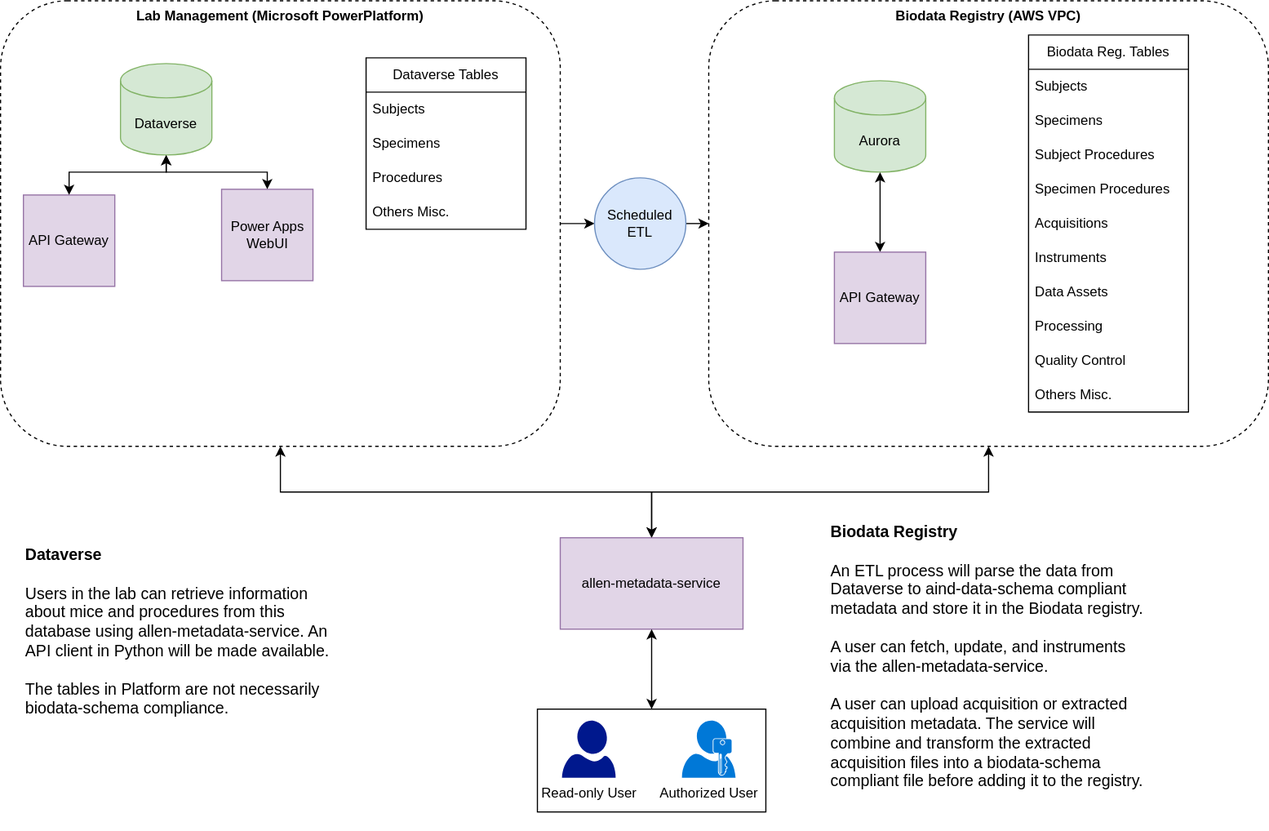
This is diagrams/mid_level/lab_management/LabManagementSystem.drawio.svg from AllenNeuralDynamics/aind-software-docs, a draw.io export, as it was before one commit. Source tidied: cells renumbered, new cells last; positions are measured from the earlier drawing's top-left corner, leaving out a move shared by most shapes.
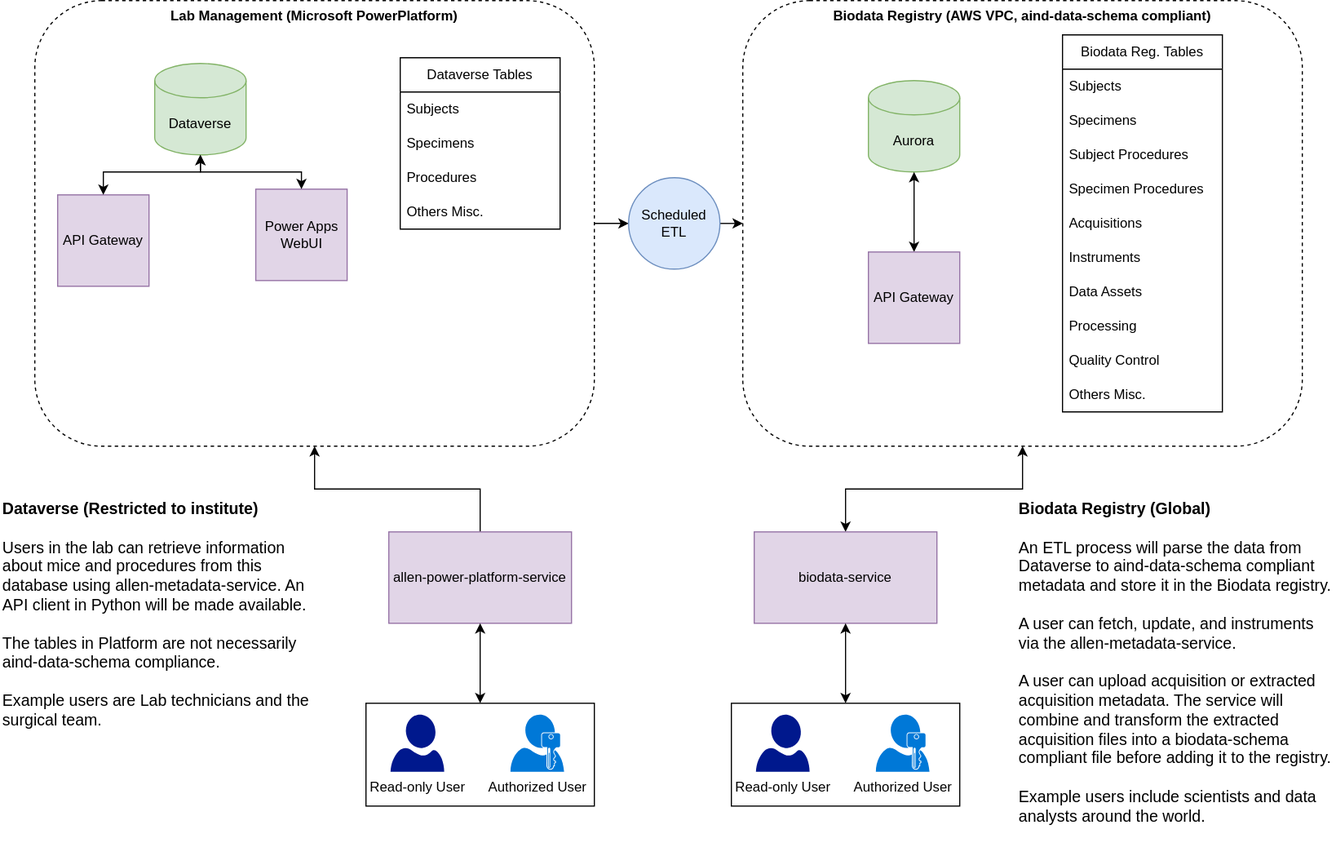
Above is the later version.

What changed in the source:
```diff
@@ -29,8 +29,8 @@
     <mxCell id="10" value="Others Misc." style="text;strokeColor=none;fillColor=none;align=left;verticalAlign=middle;spacingLeft=4;spacingRight=4;overflow=hidden;whiteSpace=wrap;html=1;" parent="6" vertex="1">
       <mxGeometry y="120" width="140" height="30" as="geometry" />
     </mxCell>
-    <mxCell id="11" value="&lt;div&gt;&lt;b&gt;Dataverse&lt;/b&gt;&lt;br&gt;&lt;/div&gt;&lt;div&gt;&lt;br&gt;&lt;/div&gt;Users in the lab can retrieve information about mice and procedures from this database using allen-metadata-service. An API client in Python will be made available.&lt;br&gt;&lt;div&gt;&lt;br&gt;&lt;/div&gt;&lt;div&gt;The tables in Platform are not necessarily biodata-schema compliance.&lt;br&gt;&lt;/div&gt;&lt;div&gt;&lt;br&gt;&lt;/div&gt;&lt;div&gt;&lt;br&gt;&lt;/div&gt;" style="text;html=1;whiteSpace=wrap;strokeColor=none;fillColor=none;align=left;verticalAlign=top;rounded=0;fontSize=14;" parent="1" vertex="1">
-      <mxGeometry x="20" y="470" width="280" height="220" as="geometry" />
+    <mxCell id="11" value="&lt;div&gt;&lt;b&gt;Dataverse (Restricted to institute)&lt;/b&gt;&lt;br&gt;&lt;/div&gt;&lt;div&gt;&lt;br&gt;&lt;/div&gt;Users in the lab can retrieve information about mice and procedures from this database using allen-metadata-service. An API client in Python will be made available.&lt;br&gt;&lt;div&gt;&lt;br&gt;&lt;/div&gt;&lt;div&gt;The tables in Platform are not necessarily aind-data-schema compliance.&lt;/div&gt;&lt;div&gt;&lt;br&gt;&lt;/div&gt;&lt;div&gt;Example users are Lab technicians and the surgical team.&lt;br&gt;&lt;/div&gt;&lt;div&gt;&lt;br&gt;&lt;/div&gt;&lt;div&gt;&lt;br&gt;&lt;/div&gt;" style="text;html=1;whiteSpace=wrap;strokeColor=none;fillColor=none;align=left;verticalAlign=top;rounded=0;fontSize=14;" parent="1" vertex="1">
+      <mxGeometry x="-30" y="430" width="280" height="220" as="geometry" />
     </mxCell>
     <mxCell id="12" value="Dataverse" style="shape=cylinder3;whiteSpace=wrap;html=1;boundedLbl=1;backgroundOutline=1;size=15;fillColor=#d5e8d4;strokeColor=#82b366;" parent="1" vertex="1">
       <mxGeometry x="105" y="55" width="80" height="80" as="geometry" />
@@ -54,11 +54,11 @@
     <mxCell id="15" style="edgeStyle=orthogonalEdgeStyle;rounded=0;jettySize=auto;html=1;exitX=0.5;exitY=0;exitDx=0;exitDy=0;entryX=0.5;entryY=1;entryDx=0;entryDy=0;startArrow=classic;startFill=1;" parent="1" edge="1" source="16" target="21">
       <mxGeometry relative="1" as="geometry" />
     </mxCell>
-    <mxCell id="16" value="allen-metadata-service" style="rounded=0;whiteSpace=wrap;html=1;fillColor=#e1d5e7;strokeColor=#9673a6;" parent="1" vertex="1">
-      <mxGeometry x="490" y="470" width="160" height="80" as="geometry" />
+    <mxCell id="16" value="biodata-service" style="rounded=0;whiteSpace=wrap;html=1;fillColor=#e1d5e7;strokeColor=#9673a6;" parent="1" vertex="1">
+      <mxGeometry x="630" y="465" width="160" height="80" as="geometry" />
     </mxCell>
     <mxCell id="17" style="group;" parent="1" vertex="1">
-      <mxGeometry x="470" y="620" width="200" height="90" as="geometry" />
+      <mxGeometry x="610" y="615" width="200" height="90" as="geometry" />
     </mxCell>
     <mxCell id="18" style="rounded=0;whiteSpace=wrap;html=1;" parent="17" vertex="1">
       <mxGeometry width="200" height="90" as="geometry" />
@@ -69,7 +69,7 @@
     <mxCell id="20" value="Authorized User" style="sketch=0;shadow=0;dashed=0;html=1;strokeColor=none;labelPosition=center;verticalLabelPosition=bottom;verticalAlign=top;align=center;shape=mxgraph.mscae.enterprise.user_permissions;fillColor=#0078D7;" parent="17" vertex="1">
       <mxGeometry x="126.5" y="10" width="47" height="50" as="geometry" />
     </mxCell>
-    <mxCell id="21" value="&lt;b&gt;Biodata Registry (AWS VPC)&lt;/b&gt;" style="rounded=1;whiteSpace=wrap;html=1;fillColor=default;dashed=1;verticalAlign=top;" parent="1" vertex="1">
+    <mxCell id="21" value="&lt;b&gt;Biodata Registry (AWS VPC, aind-data-schema compliant)&lt;/b&gt;" style="rounded=1;whiteSpace=wrap;html=1;fillColor=default;dashed=1;verticalAlign=top;" parent="1" vertex="1">
       <mxGeometry x="620" width="490" height="390" as="geometry" />
     </mxCell>
     <mxCell id="22" value="Aurora" style="shape=cylinder3;whiteSpace=wrap;html=1;boundedLbl=1;backgroundOutline=1;size=15;fillColor=#d5e8d4;strokeColor=#82b366;" parent="1" vertex="1">
@@ -120,14 +120,32 @@
     <mxCell id="37" value="&lt;div&gt;Scheduled&lt;/div&gt;&lt;div&gt;ETL&lt;br&gt;&lt;/div&gt;" style="ellipse;whiteSpace=wrap;html=1;fillColor=#dae8fc;strokeColor=#6c8ebf;" parent="1" vertex="1">
       <mxGeometry x="520" y="155" width="80" height="80" as="geometry" />
     </mxCell>
-    <mxCell id="38" style="edgeStyle=orthogonalEdgeStyle;rounded=0;jettySize=auto;html=1;exitX=0.5;exitY=0;exitDx=0;exitDy=0;entryX=0.5;entryY=1;entryDx=0;entryDy=0;startArrow=classic;startFill=1;" parent="1" edge="1" source="16" target="3">
-      <mxGeometry relative="1" as="geometry" />
-    </mxCell>
     <mxCell id="39" style="edgeStyle=orthogonalEdgeStyle;rounded=0;jettySize=auto;html=1;exitX=0.5;exitY=0;exitDx=0;exitDy=0;entryX=0.5;entryY=1;entryDx=0;entryDy=0;startArrow=classic;startFill=1;" parent="1" edge="1" source="18" target="16">
       <mxGeometry relative="1" as="geometry" />
     </mxCell>
-    <mxCell id="40" value="&lt;div&gt;&lt;b&gt;Biodata Registry&lt;/b&gt;&lt;br&gt;&lt;/div&gt;&lt;div&gt;&lt;br&gt;&lt;/div&gt;&lt;div&gt;An ETL process will parse the data from Dataverse to aind-data-schema compliant metadata and store it in the Biodata registry.&lt;/div&gt;&lt;div&gt;&lt;br&gt;&lt;/div&gt;&lt;div&gt;A user can fetch, update, and instruments via the allen-metadata-service.&lt;/div&gt;&lt;div&gt;&lt;br&gt;&lt;/div&gt;&lt;div&gt;A user can upload acquisition or extracted acquisition metadata. The service will combine and transform the extracted acquisition files into a biodata-schema compliant file before adding it to the registry. &lt;br&gt;&lt;/div&gt;&lt;div&gt;&lt;br&gt;&lt;/div&gt;&lt;div&gt;&lt;br&gt;&lt;/div&gt;" style="text;html=1;whiteSpace=wrap;strokeColor=none;fillColor=none;align=left;verticalAlign=top;rounded=0;fontSize=14;" parent="1" vertex="1">
-      <mxGeometry x="725" y="450" width="280" height="270" as="geometry" />
+    <mxCell id="40" value="&lt;div&gt;&lt;b&gt;Biodata Registry (Global)&lt;/b&gt;&lt;br&gt;&lt;/div&gt;&lt;div&gt;&lt;br&gt;&lt;/div&gt;&lt;div&gt;An ETL process will parse the data from Dataverse to aind-data-schema compliant metadata and store it in the Biodata registry.&lt;/div&gt;&lt;div&gt;&lt;br&gt;&lt;/div&gt;&lt;div&gt;A user can fetch, update, and instruments via the allen-metadata-service.&lt;/div&gt;&lt;div&gt;&lt;br&gt;&lt;/div&gt;&lt;div&gt;A user can upload acquisition or extracted acquisition metadata. The service will combine and transform the extracted acquisition files into a biodata-schema compliant file before adding it to the registry. &lt;br&gt;&lt;/div&gt;&lt;div&gt;&lt;br&gt;&lt;/div&gt;&lt;div&gt;Example users include scientists and data analysts around the world.&lt;br&gt;&lt;/div&gt;&lt;div&gt;&lt;br&gt;&lt;/div&gt;&lt;div&gt;&lt;br&gt;&lt;/div&gt;" style="text;html=1;whiteSpace=wrap;strokeColor=none;fillColor=none;align=left;verticalAlign=top;rounded=0;fontSize=14;" parent="1" vertex="1">
+      <mxGeometry x="860" y="430" width="280" height="290" as="geometry" />
     </mxCell>
+    <mxCell id="41" style="edgeStyle=orthogonalEdgeStyle;rounded=0;jettySize=auto;html=1;exitX=0.5;exitY=0;exitDx=0;exitDy=0;entryX=0.5;entryY=1;entryDx=0;entryDy=0;" parent="1" edge="1" source="42" target="3">
+      <mxGeometry relative="1" as="geometry" />
+    </mxCell>
+    <mxCell id="42" value="allen-power-platform-service" style="rounded=0;whiteSpace=wrap;html=1;fillColor=#e1d5e7;strokeColor=#9673a6;" parent="1" vertex="1">
+      <mxGeometry x="310" y="465" width="160" height="80" as="geometry" />
+    </mxCell>
+    <mxCell id="43" style="group;" parent="1" vertex="1">
+      <mxGeometry x="290" y="615" width="200" height="90" as="geometry" />
+    </mxCell>
+    <mxCell id="44" style="rounded=0;whiteSpace=wrap;html=1;" parent="43" vertex="1">
+      <mxGeometry width="200" height="90" as="geometry" />
+    </mxCell>
+    <mxCell id="45" value="Read-only User" style="sketch=0;shadow=0;dashed=0;html=1;strokeColor=none;labelPosition=center;verticalLabelPosition=bottom;verticalAlign=top;align=center;fillColor=#00188D;shape=mxgraph.azure.user;" parent="43" vertex="1">
+      <mxGeometry x="21.5" y="10" width="47" height="50" as="geometry" />
+    </mxCell>
+    <mxCell id="46" value="Authorized User" style="sketch=0;shadow=0;dashed=0;html=1;strokeColor=none;labelPosition=center;verticalLabelPosition=bottom;verticalAlign=top;align=center;shape=mxgraph.mscae.enterprise.user_permissions;fillColor=#0078D7;" parent="43" vertex="1">
+      <mxGeometry x="126.5" y="10" width="47" height="50" as="geometry" />
+    </mxCell>
+    <mxCell id="47" style="edgeStyle=orthogonalEdgeStyle;rounded=0;jettySize=auto;html=1;exitX=0.5;exitY=0;exitDx=0;exitDy=0;entryX=0.5;entryY=1;entryDx=0;entryDy=0;startArrow=classic;startFill=1;" parent="1" edge="1" source="44" target="42">
+      <mxGeometry relative="1" as="geometry" />
+    </mxCell>
   </root>
 </mxGraphModel>
```
